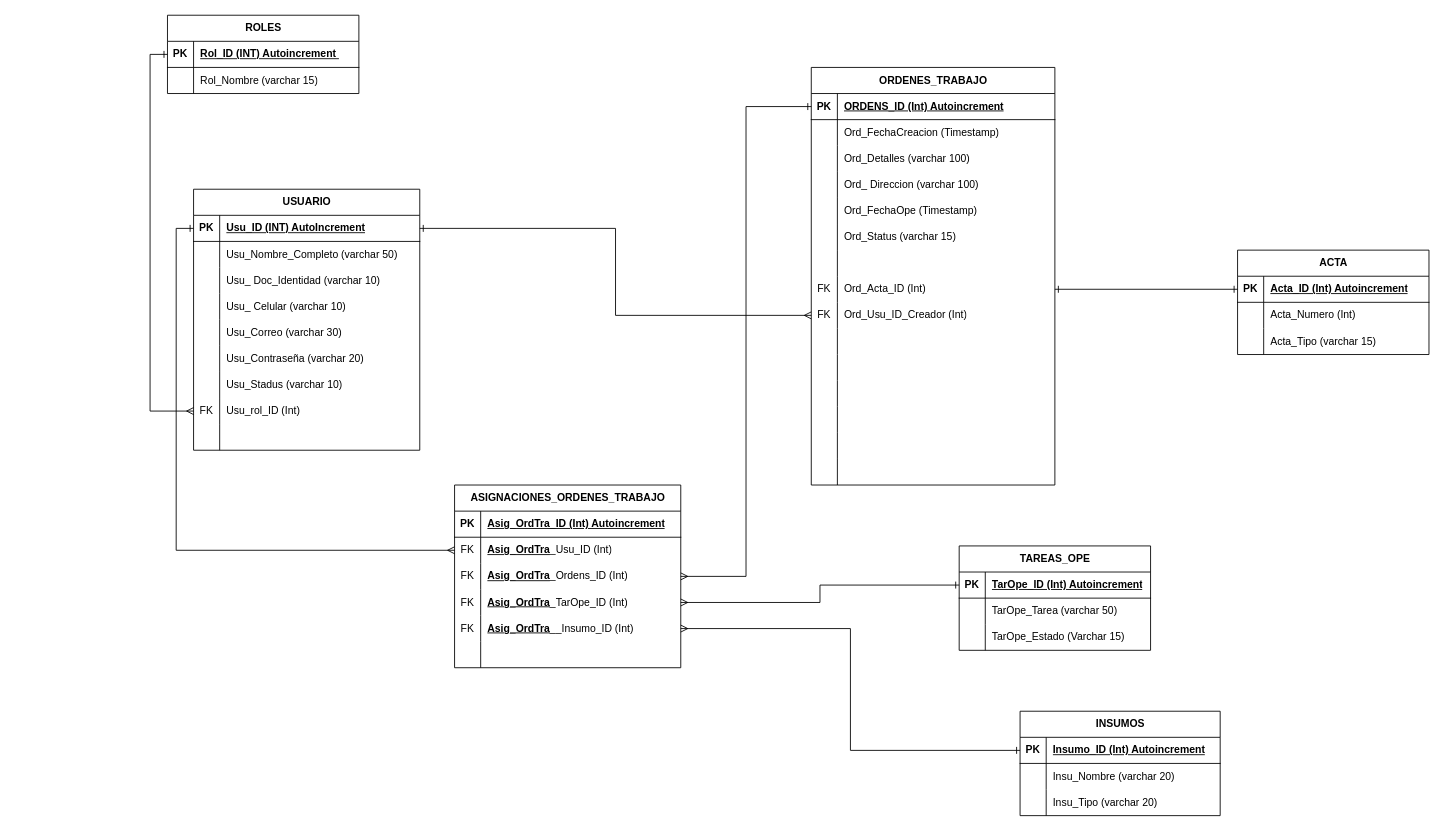
Earlier version of the draw.io diagram MODELO FISICO BASE DE DATOS.drawio (Jottapar/Curso). Source tidied: cells renumbered, new cells numbered last; positions are measured from the earlier drawing's top-left corner, leaving out a move shared by most shapes. Both pictures are drawn from the tidied source at 87%, with x=0, y=0 at pixel (167, 15).
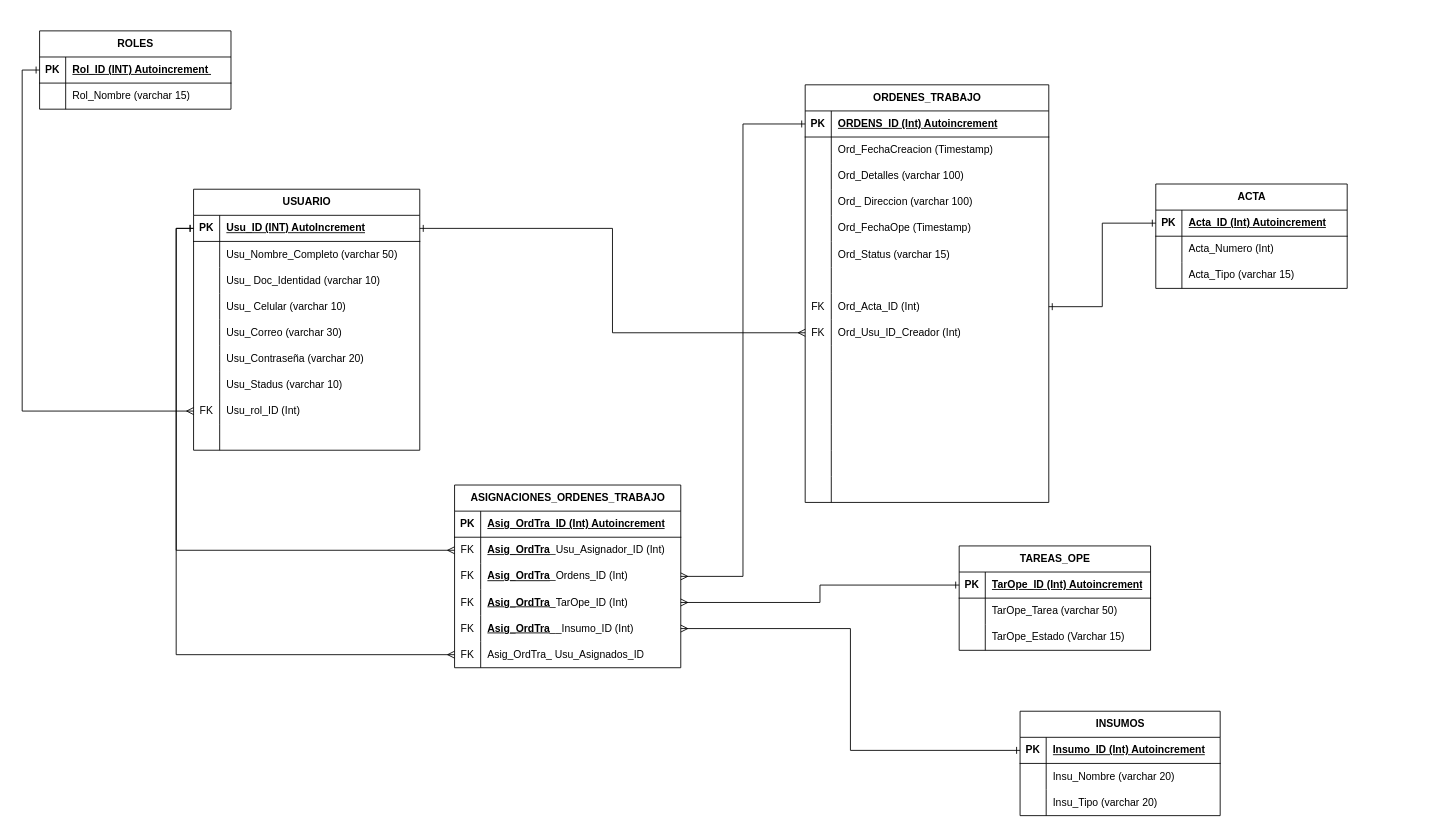
Above is the later version.

Unchanged cells that the change refers to:
```xml
<mxCell id="3" style="shape=tableRow;horizontal=0;startSize=0;swimlaneHead=0;swimlaneBody=0;fillColor=none;points=[[0,0.5],[1,0.5]];portConstraint=eastwest;top=0;left=0;right=0;bottom=1;" parent="2" vertex="1">
  <mxGeometry y="30" width="260" height="30" as="geometry" />
</mxCell>
<mxCell id="100" style="shape=tableRow;horizontal=0;startSize=0;swimlaneHead=0;swimlaneBody=0;fillColor=none;points=[[0,0.5],[1,0.5]];portConstraint=eastwest;top=0;left=0;right=0;bottom=0;" parent="96" vertex="1">
  <mxGeometry y="60" width="260" height="30" as="geometry" />
</mxCell>
<mxCell id="112" style="shape=tableRow;horizontal=0;startSize=0;swimlaneHead=0;swimlaneBody=0;fillColor=none;points=[[0,0.5],[1,0.5]];portConstraint=eastwest;top=0;left=0;right=0;bottom=0;" parent="96" vertex="1">
  <mxGeometry y="180" width="260" height="30" as="geometry" />
</mxCell>
```

Diff of the diagram source:
```diff
@@
     <mxCell id="30" value="ROLES" style="shape=table;startSize=30;childLayout=tableLayout;rowLines=0;fontStyle=1;align=center;html=1;" parent="1" vertex="1">
-      <mxGeometry width="220" height="90" as="geometry" />
+      <mxGeometry x="-147" y="18" width="220" height="90" as="geometry" />
     </mxCell>
@@
     <mxCell id="38" value="ORDENES_TRABAJO" style="shape=table;startSize=30;childLayout=tableLayout;rowLines=0;fontStyle=1;align=center;html=1;" parent="1" vertex="1">
-      <mxGeometry x="740" y="60" width="280" height="480" as="geometry" />
+      <mxGeometry x="733" y="80" width="280" height="480" as="geometry" />
     </mxCell>
@@
     <mxCell id="84" value="ACTA" style="shape=table;startSize=30;childLayout=tableLayout;rowLines=0;fontStyle=1;align=center;html=1;" parent="1" vertex="1">
-      <mxGeometry x="1230" y="270" width="220" height="120" as="geometry" />
+      <mxGeometry x="1136" y="194" width="220" height="120" as="geometry" />
     </mxCell>
@@
-    <mxCell id="102" value="&lt;span style=&quot;font-weight: 700; text-decoration-line: underline;&quot;&gt;Asig_OrdTra&lt;/span&gt;_Usu_ID (Int)" style="shape=partialRectangle;fillColor=none;top=0;left=0;bottom=0;right=0;align=left;spacingLeft=6;overflow=hidden;whiteSpace=wrap;html=1;" parent="100" vertex="1">
+    <mxCell id="102" value="&lt;span style=&quot;font-weight: 700; text-decoration-line: underline;&quot;&gt;Asig_OrdTra&lt;/span&gt;_Usu_Asignador_ID (Int)" style="shape=partialRectangle;fillColor=none;top=0;left=0;bottom=0;right=0;align=left;spacingLeft=6;overflow=hidden;whiteSpace=wrap;html=1;" parent="100" vertex="1">
       <mxGeometry x="30" width="230" height="30" as="geometry" />
     </mxCell>
@@
-    <mxCell id="113" style="shape=partialRectangle;fillColor=none;top=0;left=0;bottom=0;right=0;overflow=hidden;whiteSpace=wrap;html=1;" parent="112" vertex="1">
+    <mxCell id="113" value="FK" style="shape=partialRectangle;fillColor=none;top=0;left=0;bottom=0;right=0;overflow=hidden;whiteSpace=wrap;html=1;" parent="112" vertex="1">
       <mxGeometry width="30" height="30" as="geometry" />
     </mxCell>
-    <mxCell id="114" style="shape=partialRectangle;fillColor=none;top=0;left=0;bottom=0;right=0;align=left;spacingLeft=6;overflow=hidden;whiteSpace=wrap;html=1;" parent="112" vertex="1">
+    <mxCell id="114" value="Asig_OrdTra_ Usu_Asignados_ID" style="shape=partialRectangle;fillColor=none;top=0;left=0;bottom=0;right=0;align=left;spacingLeft=6;overflow=hidden;whiteSpace=wrap;html=1;" parent="112" vertex="1">
       <mxGeometry x="30" width="230" height="30" as="geometry" />
     </mxCell>
@@
+    <mxCell id="139" style="edgeStyle=orthogonalEdgeStyle;rounded=0;jettySize=auto;html=1;entryX=0;entryY=0.5;entryDx=0;entryDy=0;endArrow=ERone;endFill=0;startArrow=ERmany;startFill=0;" parent="1" edge="1" source="112" target="3">
+      <mxGeometry relative="1" as="geometry" />
+    </mxCell>
```
